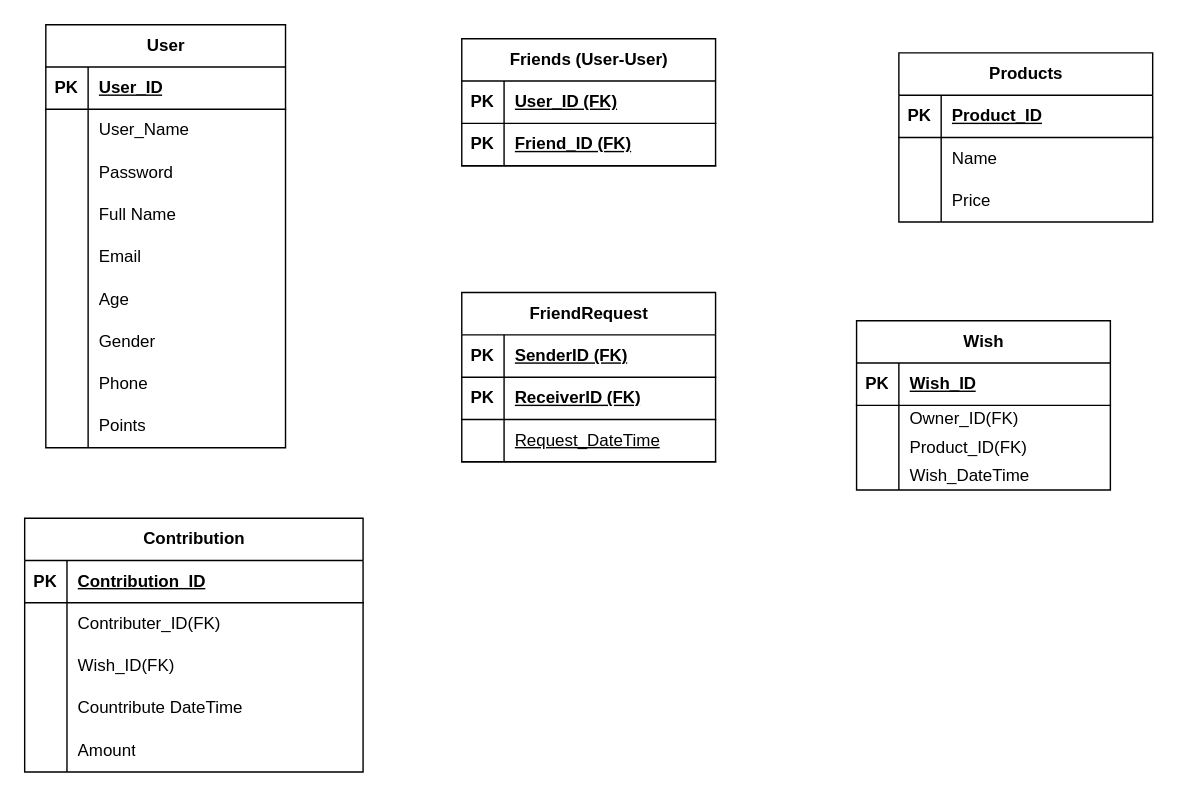
The draw.io diagram i-Wish.drawio in MariamMohamedEid/i-WishClient, before the edit. Source tidied: cells renumbered, new cells numbered last; positions are measured from the earlier drawing's top-left corner, leaving out a move shared by most shapes. Both pictures are drawn from the tidied source at 141%, with x=0, y=0 at pixel (24, 24).
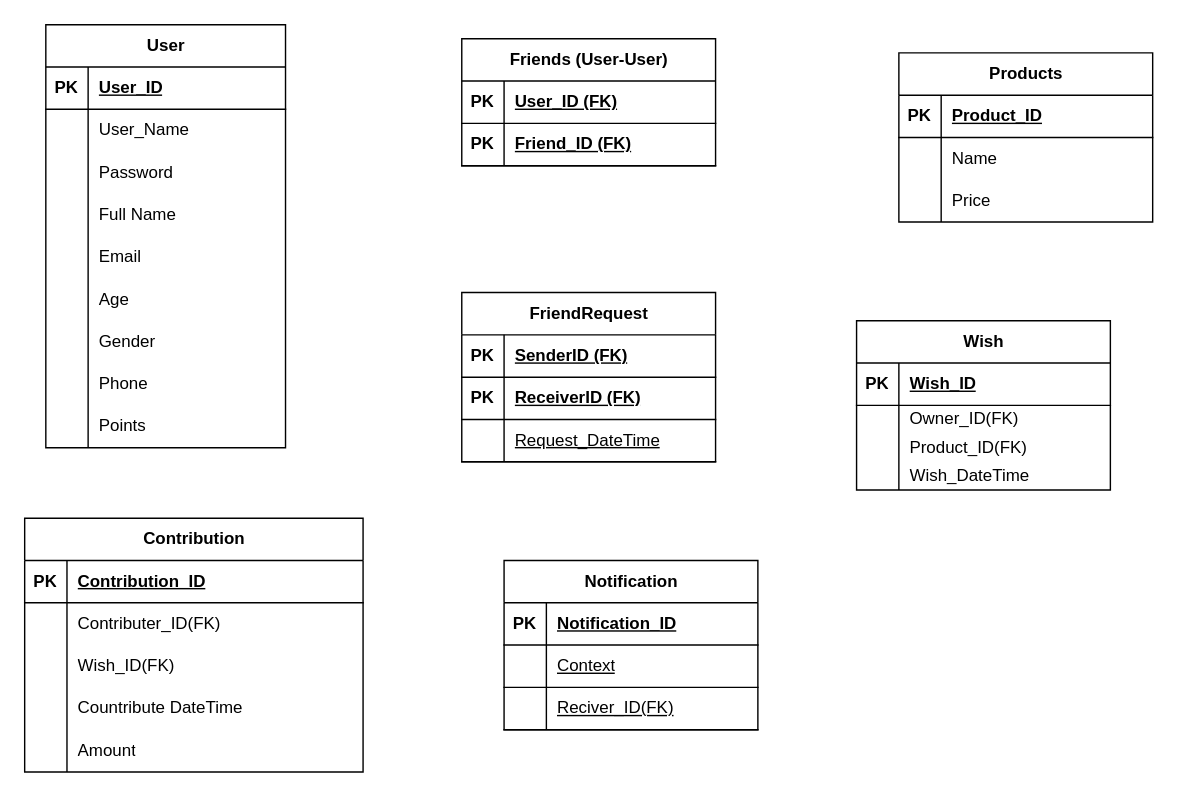
Above is the later version.

The edit, as a diff of the source:
```diff
@@
+    <mxCell id="86" value="Notification" style="shape=table;startSize=30;childLayout=tableLayout;rowLines=0;fontStyle=1;align=center;html=1;" parent="1" vertex="1">
+      <mxGeometry x="340" y="380" width="180" height="120" as="geometry" />
+    </mxCell>
+    <mxCell id="87" style="shape=tableRow;horizontal=0;startSize=0;swimlaneHead=0;swimlaneBody=0;fillColor=none;top=0;left=0;right=0;bottom=1;" parent="86" vertex="1">
+      <mxGeometry y="30" width="180" height="30" as="geometry" />
+    </mxCell>
+    <mxCell id="88" value="PK" style="shape=partialRectangle;fillColor=none;top=0;left=0;bottom=0;right=0;fontStyle=1;overflow=hidden;whiteSpace=wrap;html=1;" parent="87" vertex="1">
+      <mxGeometry width="30" height="30" as="geometry" />
+    </mxCell>
+    <mxCell id="89" value="Notification_ID" style="shape=partialRectangle;fillColor=none;top=0;left=0;bottom=0;right=0;align=left;spacingLeft=6;fontStyle=5;overflow=hidden;whiteSpace=wrap;html=1;" parent="87" vertex="1">
+      <mxGeometry x="30" width="150" height="30" as="geometry" />
+    </mxCell>
+    <mxCell id="90" style="shape=tableRow;horizontal=0;startSize=0;swimlaneHead=0;swimlaneBody=0;fillColor=none;top=0;left=0;right=0;bottom=1;" parent="86" vertex="1">
+      <mxGeometry y="60" width="180" height="30" as="geometry" />
+    </mxCell>
+    <mxCell id="91" style="shape=partialRectangle;fillColor=none;top=0;left=0;bottom=0;right=0;fontStyle=1;overflow=hidden;whiteSpace=wrap;html=1;" parent="90" vertex="1">
+      <mxGeometry width="30" height="30" as="geometry" />
+    </mxCell>
+    <mxCell id="92" value="&lt;span style=&quot;font-weight: normal;&quot;&gt;Context&lt;/span&gt;" style="shape=partialRectangle;fillColor=none;top=0;left=0;bottom=0;right=0;align=left;spacingLeft=6;fontStyle=5;overflow=hidden;whiteSpace=wrap;html=1;" parent="90" vertex="1">
+      <mxGeometry x="30" width="150" height="30" as="geometry" />
+    </mxCell>
+    <mxCell id="93" style="shape=tableRow;horizontal=0;startSize=0;swimlaneHead=0;swimlaneBody=0;fillColor=none;top=0;left=0;right=0;bottom=1;" parent="86" vertex="1">
+      <mxGeometry y="90" width="180" height="30" as="geometry" />
+    </mxCell>
+    <mxCell id="94" style="shape=partialRectangle;fillColor=none;top=0;left=0;bottom=0;right=0;fontStyle=1;overflow=hidden;whiteSpace=wrap;html=1;" parent="93" vertex="1">
+      <mxGeometry width="30" height="30" as="geometry" />
+    </mxCell>
+    <mxCell id="95" value="&lt;span style=&quot;font-weight: normal;&quot;&gt;Reciver_ID(FK)&lt;/span&gt;" style="shape=partialRectangle;fillColor=none;top=0;left=0;bottom=0;right=0;align=left;spacingLeft=6;fontStyle=5;overflow=hidden;whiteSpace=wrap;html=1;" parent="93" vertex="1">
+      <mxGeometry x="30" width="150" height="30" as="geometry" />
+    </mxCell>
```
